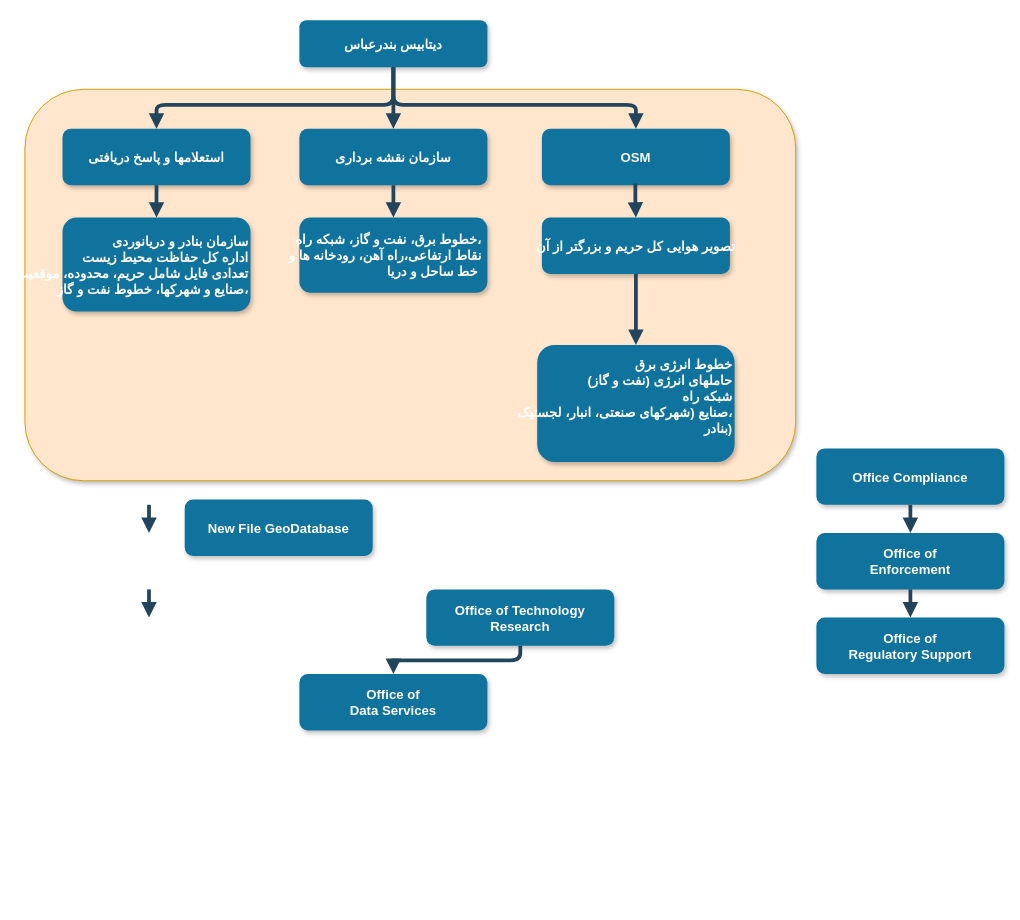
FarnazJamali/Self-Study keeps this draw.io diagram as Untitled Diagram.drawio. Above is the earlier version. Source tidied: cells renumbered, new cells numbered last; positions are measured from the earlier drawing's top-left corner, leaving out a move shared by most shapes. Both pictures are drawn from the tidied source at 94%, with x=0, y=0 at pixel (24, 20).
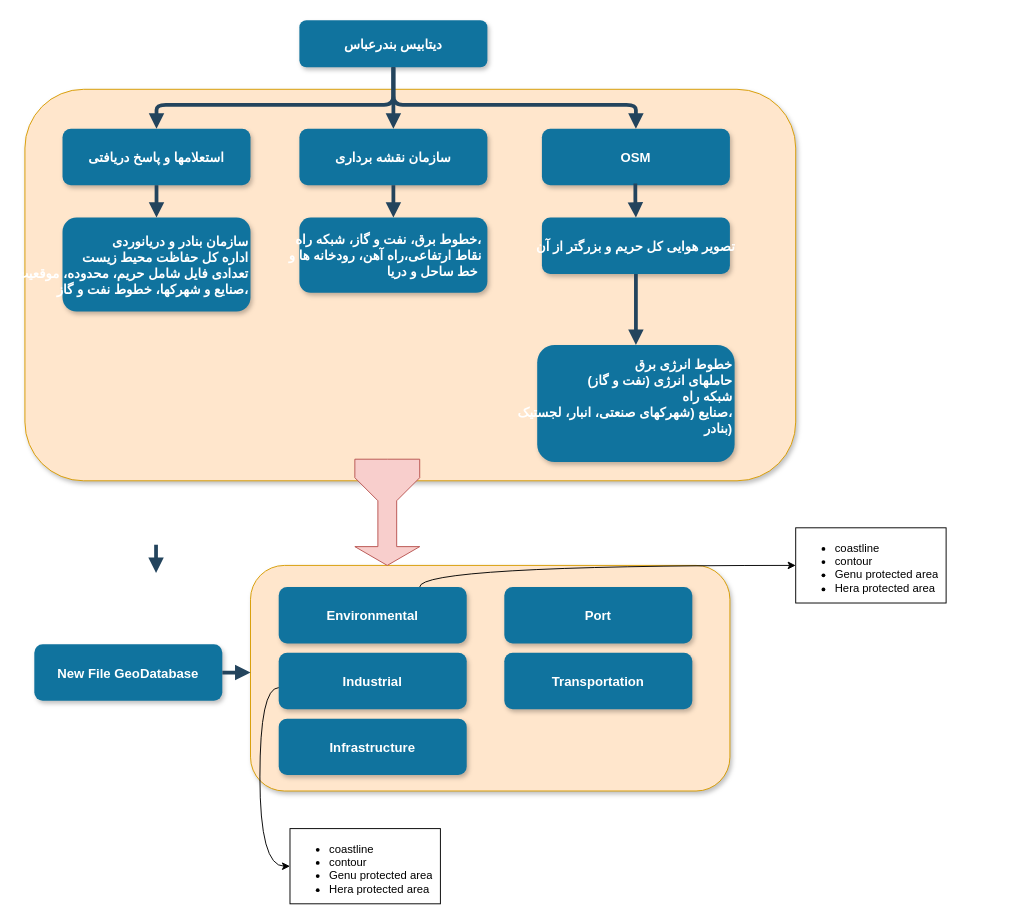
The same diagram, later.

The edit, as a diff of the source:
```diff
@@
+    <mxCell id="29" style="rounded=1;fillColor=#ffe6cc;strokeColor=#d79b00;shadow=1;fontStyle=1;fontSize=14;" parent="1" vertex="1">
+      <mxGeometry x="240" y="580" width="510" height="240" as="geometry" />
+    </mxCell>
@@
     <mxCell id="8" value="New File GeoDatabase" style="rounded=1;fillColor=#10739E;strokeColor=none;shadow=1;gradientColor=none;fontStyle=1;fontColor=#FFFFFF;fontSize=14;" parent="1" vertex="1">
-      <mxGeometry x="170" y="510" width="200" height="60" as="geometry" />
+      <mxGeometry x="10" y="664" width="200" height="60" as="geometry" />
     </mxCell>
+    <mxCell id="30" style="edgeStyle=orthogonalEdgeStyle;rounded=0;jettySize=auto;html=1;exitX=0.75;exitY=0;exitDx=0;exitDy=0;entryX=0;entryY=0.5;entryDx=0;entryDy=0;curved=1;" parent="1" edge="1" source="9" target="32">
+      <mxGeometry relative="1" as="geometry" />
+    </mxCell>
-    <mxCell id="9" value="Office of Technology &#10;Research" style="rounded=1;fillColor=#10739E;strokeColor=none;shadow=1;gradientColor=none;fontStyle=1;fontColor=#FFFFFF;fontSize=14;" parent="1" vertex="1">
-      <mxGeometry x="427" y="605.5" width="200" height="60" as="geometry" />
+    <mxCell id="9" value="Environmental" style="rounded=1;fillColor=#10739E;strokeColor=none;shadow=1;gradientColor=none;fontStyle=1;fontColor=#FFFFFF;fontSize=14;" parent="1" vertex="1">
+      <mxGeometry x="270" y="603" width="200" height="60" as="geometry" />
     </mxCell>
-    <mxCell id="10" value="Office of&#10;Data Services" style="rounded=1;fillColor=#10739E;strokeColor=none;shadow=1;gradientColor=none;fontStyle=1;fontColor=#FFFFFF;fontSize=14;" parent="1" vertex="1">
-      <mxGeometry x="292" y="695.5" width="200" height="60" as="geometry" />
+    <mxCell id="10" value="Industrial" style="rounded=1;fillColor=#10739E;strokeColor=none;shadow=1;gradientColor=none;fontStyle=1;fontColor=#FFFFFF;fontSize=14;" parent="1" vertex="1">
+      <mxGeometry x="270" y="673" width="200" height="60" as="geometry" />
     </mxCell>
@@
-    <mxCell id="13" value="Office Compliance" style="rounded=1;fillColor=#10739E;strokeColor=none;shadow=1;gradientColor=none;fontStyle=1;fontColor=#FFFFFF;fontSize=14;" parent="1" vertex="1">
-      <mxGeometry x="842" y="455.5" width="200" height="60" as="geometry" />
+    <mxCell id="13" value="Infrastructure" style="rounded=1;fillColor=#10739E;strokeColor=none;shadow=1;gradientColor=none;fontStyle=1;fontColor=#FFFFFF;fontSize=14;" parent="1" vertex="1">
+      <mxGeometry x="270" y="743" width="200" height="60" as="geometry" />
     </mxCell>
-    <mxCell id="14" value="Office of &#10;Enforcement" style="rounded=1;fillColor=#10739E;strokeColor=none;shadow=1;gradientColor=none;fontStyle=1;fontColor=#FFFFFF;fontSize=14;" parent="1" vertex="1">
-      <mxGeometry x="842" y="545.5" width="200" height="60" as="geometry" />
+    <mxCell id="14" value="Port" style="rounded=1;fillColor=#10739E;strokeColor=none;shadow=1;gradientColor=none;fontStyle=1;fontColor=#FFFFFF;fontSize=14;" parent="1" vertex="1">
+      <mxGeometry x="510" y="603" width="200" height="60" as="geometry" />
     </mxCell>
-    <mxCell id="15" value="Office of&#10; Regulatory Support" style="rounded=1;fillColor=#10739E;strokeColor=none;shadow=1;gradientColor=none;fontStyle=1;fontColor=#FFFFFF;fontSize=14;" parent="1" vertex="1">
-      <mxGeometry x="842" y="635.5" width="200" height="60" as="geometry" />
-    </mxCell>
@@
     <mxCell id="18" style="edgeStyle=elbowEdgeStyle;elbow=vertical;strokeWidth=4;endArrow=block;endFill=1;fontStyle=1;strokeColor=#23445D;" parent="1" edge="1">
       <mxGeometry x="62" y="185.5" as="geometry">
-        <mxPoint x="132" y="515.5" as="sourcePoint" />
-        <mxPoint x="132" y="545.5" as="targetPoint" />
+        <mxPoint x="139.5" y="558" as="sourcePoint" />
+        <mxPoint x="139.5" y="588" as="targetPoint" />
       </mxGeometry>
     </mxCell>
-    <mxCell id="19" style="edgeStyle=elbowEdgeStyle;elbow=vertical;strokeWidth=4;endArrow=block;endFill=1;fontStyle=1;strokeColor=#23445D;" parent="1" edge="1">
+    <mxCell id="19" style="edgeStyle=elbowEdgeStyle;elbow=vertical;strokeWidth=4;endArrow=block;endFill=1;fontStyle=1;strokeColor=#23445D;" parent="1" edge="1" target="29">
       <mxGeometry x="62" y="195.5" as="geometry">
-        <mxPoint x="132" y="605.5" as="sourcePoint" />
-        <mxPoint x="132" y="635.5" as="targetPoint" />
+        <mxPoint x="210" y="694" as="sourcePoint" />
+        <Array as="points">
+          <mxPoint x="230" y="694" />
+        </Array>
       </mxGeometry>
     </mxCell>
-    <mxCell id="20" style="edgeStyle=elbowEdgeStyle;elbow=vertical;strokeWidth=4;endArrow=block;endFill=1;fontStyle=1;strokeColor=#23445D;" parent="1" edge="1" source="9" target="10">
-      <mxGeometry x="62" y="185.5" as="geometry" />
-    </mxCell>
@@
-    <mxCell id="22" style="edgeStyle=elbowEdgeStyle;elbow=vertical;strokeWidth=4;endArrow=block;endFill=1;fontStyle=1;strokeColor=#23445D;" parent="1" edge="1" source="13" target="14">
-      <mxGeometry x="72" y="185.5" as="geometry" />
-    </mxCell>
-    <mxCell id="23" style="edgeStyle=elbowEdgeStyle;elbow=vertical;strokeWidth=4;endArrow=block;endFill=1;fontStyle=1;strokeColor=#23445D;" parent="1" edge="1" source="14" target="15">
-      <mxGeometry x="72" y="195.5" as="geometry" />
-    </mxCell>
@@
+    <mxCell id="31" style="html=1;shadow=0;dashed=0;align=center;verticalAlign=middle;shape=mxgraph.arrows2.tailedArrow;dy1=10;dx1=20;notch=0;arrowHead=24.5;dx2=19.71;dy2=34.5;rotation=90;fillStyle=solid;fillColor=#f8cecc;strokeColor=#b85450;" parent="1" vertex="1">
+      <mxGeometry x="329" y="489" width="113" height="69" as="geometry" />
+    </mxCell>
+    <mxCell id="32" value="&lt;ul&gt;&lt;li&gt;&lt;span style=&quot;background-color: initial;&quot;&gt;coastline&lt;/span&gt;&lt;/li&gt;&lt;li&gt;contour&lt;/li&gt;&lt;li&gt;Genu protected area&lt;/li&gt;&lt;li&gt;Hera protected area&lt;/li&gt;&lt;/ul&gt;" style="text;html=1;whiteSpace=wrap;verticalAlign=middle;overflow=hidden;strokeColor=default;" parent="1" vertex="1">
+      <mxGeometry x="820" y="540" width="160" height="80" as="geometry" />
+    </mxCell>
+    <mxCell id="33" value="&lt;ul&gt;&lt;li&gt;&lt;span style=&quot;background-color: initial;&quot;&gt;coastline&lt;/span&gt;&lt;/li&gt;&lt;li&gt;contour&lt;/li&gt;&lt;li&gt;Genu protected area&lt;/li&gt;&lt;li&gt;Hera protected area&lt;/li&gt;&lt;/ul&gt;" style="text;html=1;whiteSpace=wrap;verticalAlign=middle;overflow=hidden;strokeColor=default;" parent="1" vertex="1">
+      <mxGeometry x="282" y="860" width="160" height="80" as="geometry" />
+    </mxCell>
+    <mxCell id="34" style="edgeStyle=orthogonalEdgeStyle;rounded=0;jettySize=auto;html=1;entryX=0;entryY=0.5;entryDx=0;entryDy=0;curved=1;exitX=0;exitY=0.617;exitDx=0;exitDy=0;exitPerimeter=0;" parent="1" edge="1" source="10" target="33">
+      <mxGeometry relative="1" as="geometry" />
+    </mxCell>
+    <mxCell id="15" value="Transportation" style="rounded=1;fillColor=#10739E;strokeColor=none;shadow=1;gradientColor=none;fontStyle=1;fontColor=#FFFFFF;fontSize=14;" parent="1" vertex="1">
+      <mxGeometry x="510" y="673" width="200" height="60" as="geometry" />
+    </mxCell>
```
